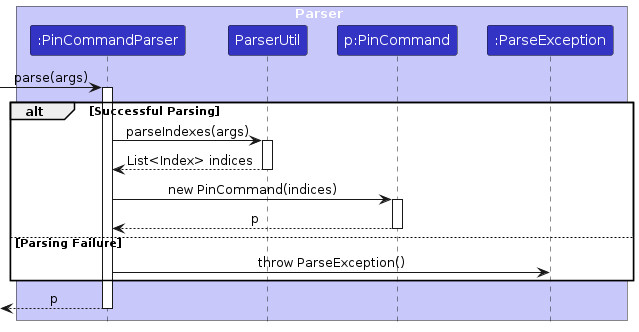
Above: diagrams/PinParseSequenceDiagram.png in AY2425-CS2103T-T09-4/tp (PlantUML), before the change. Its source is kept beside it as diagrams/PinParseSequenceDiagram.puml. Source of this version:
```plantuml
@startuml
!include style.puml
skinparam ArrowFontStyle plain

box Parser LOGIC_COLOR_T1
participant ":PinCommandParser" as PinCommandParser LOGIC_COLOR
participant "ParserUtil" as ParserUtil LOGIC_COLOR
participant "p:PinCommand" as PinCommand LOGIC_COLOR
participant ":ParseException" as ParseException LOGIC_COLOR
end box

[-> PinCommandParser : parse(args)
activate PinCommandParser

alt Successful Parsing
    PinCommandParser -> ParserUtil : parseIndexes(args)
    activate ParserUtil
    ParserUtil --> PinCommandParser : List<Index> indices
    deactivate ParserUtil

    PinCommandParser -> PinCommand : new PinCommand(indices)
    activate PinCommand
    PinCommand --> PinCommandParser : p
    deactivate PinCommand

else Parsing Failure
    PinCommandParser -> ParseException : throw ParseException()
end

[<-- PinCommandParser : p
deactivate PinCommandParser

@enduml
```
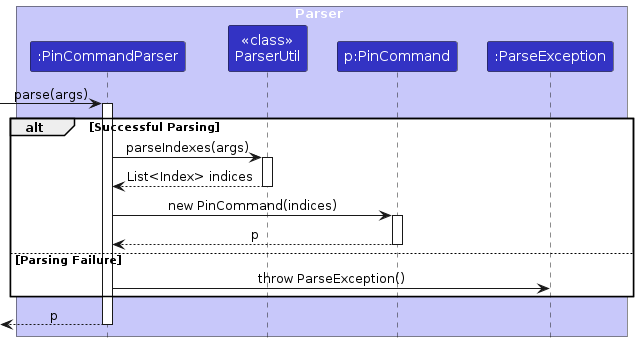
After the commit.

Diff of the diagram source:
```diff
@@ -4,7 +4,7 @@
 
 box Parser LOGIC_COLOR_T1
 participant ":PinCommandParser" as PinCommandParser LOGIC_COLOR
-participant "ParserUtil" as ParserUtil LOGIC_COLOR
+participant "<<class>>\nParserUtil" as ParserUtil LOGIC_COLOR
 participant "p:PinCommand" as PinCommand LOGIC_COLOR
 participant ":ParseException" as ParseException LOGIC_COLOR
 end box
```
